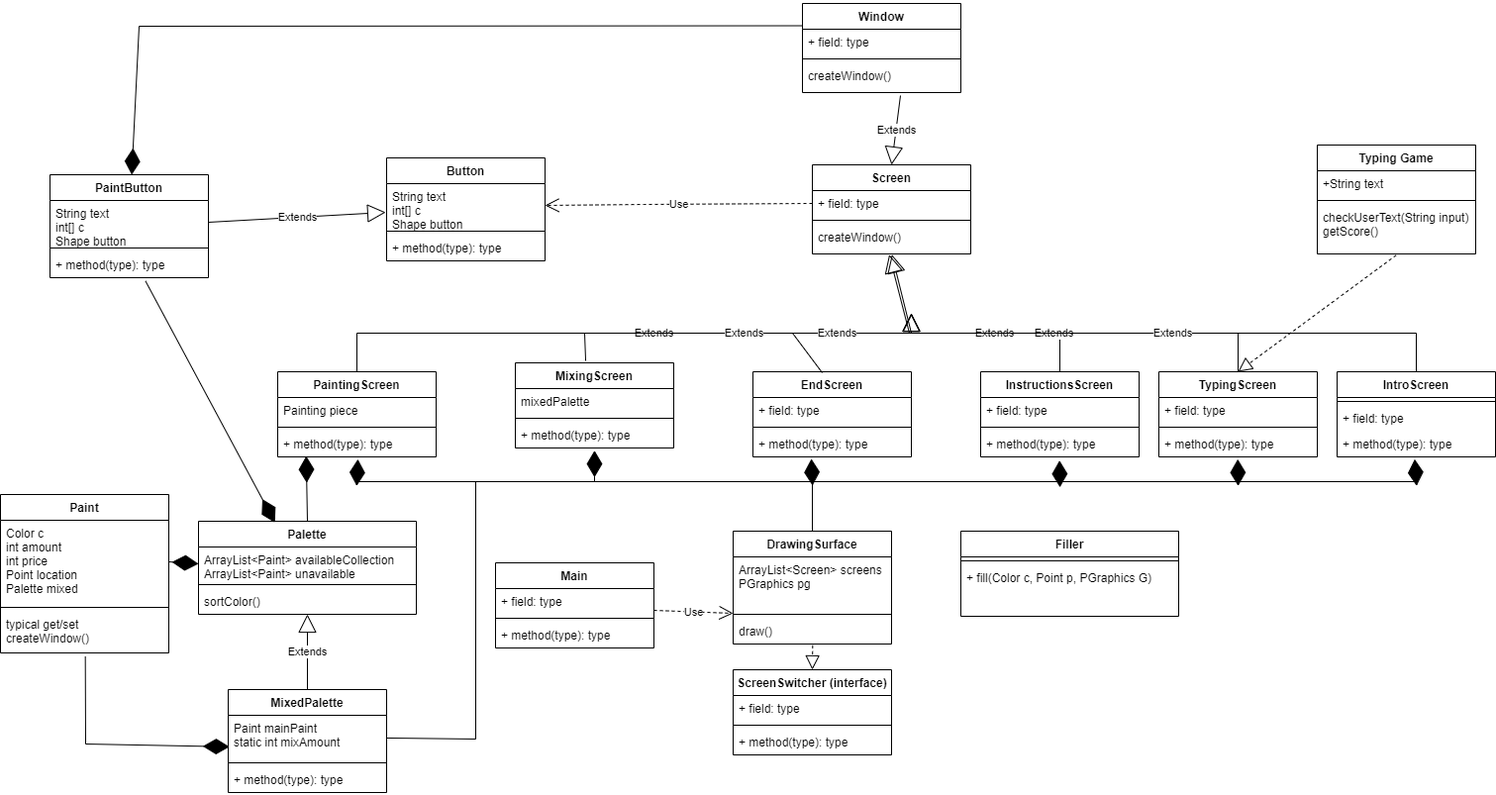
Earlier version of the draw.io export CapstoneProject/doc/TeamUML.drawio.png (HHSAPCompSci2021/capstoneproject-capstone-julia-mira-alex-roadsafety). Source tidied: cells renumbered, new cells last; positions are measured from the earlier drawing's top-left corner, leaving out a move shared by most shapes.
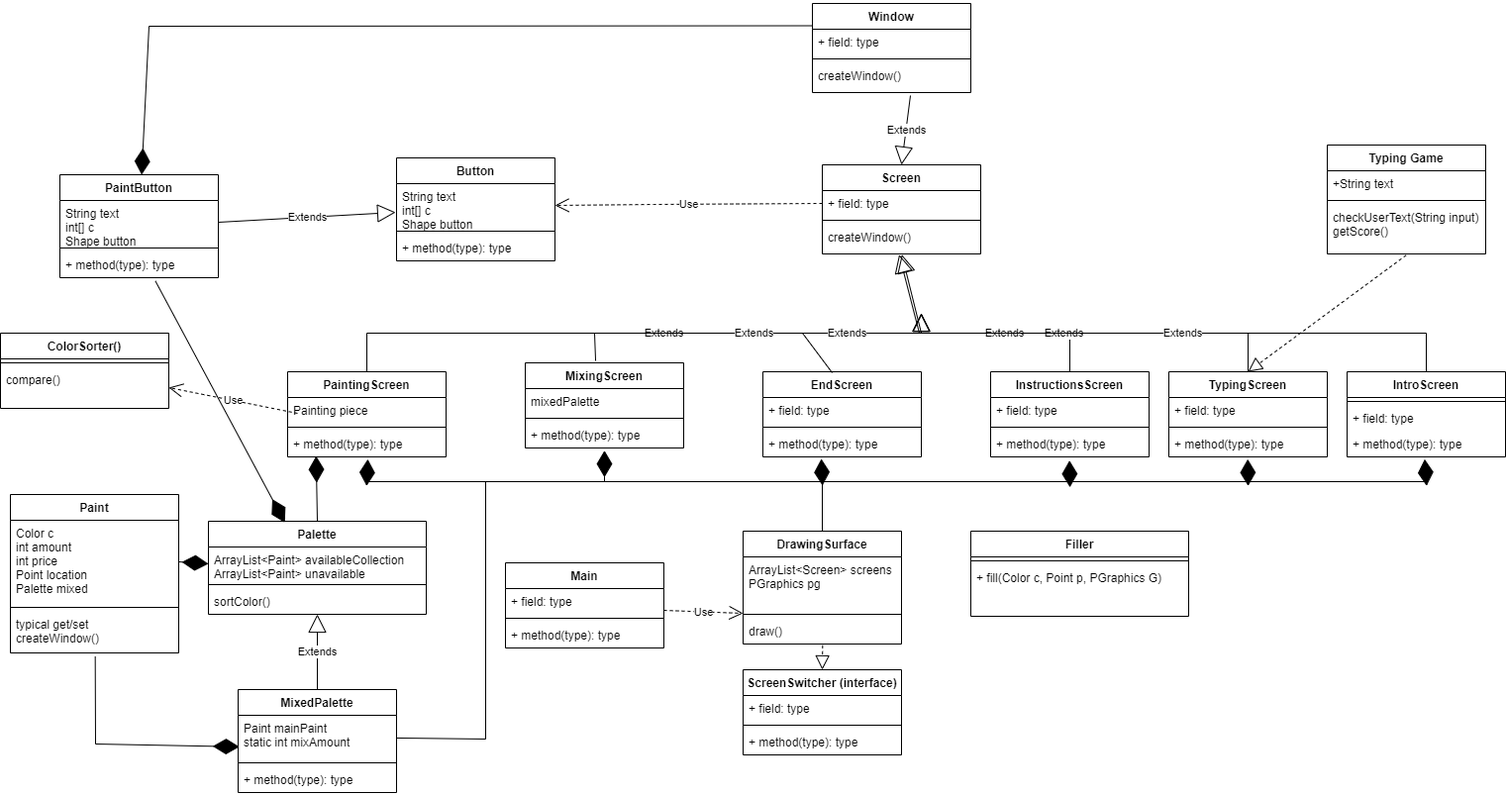
After the change.

Change to the diagram source:
```diff
@@ -373,5 +373,19 @@
         </Array>
       </mxGeometry>
     </mxCell>
+    <mxCell id="97" value="ColorSorter()" style="swimlane;fontStyle=1;align=center;verticalAlign=top;horizontal=1;startSize=26;" parent="1" vertex="1">
+      <mxGeometry x="-10" y="333" width="170" height="76" as="geometry" />
+    </mxCell>
+    <mxCell id="98" style="line;strokeWidth=1;fillColor=none;align=left;verticalAlign=middle;spacingTop=-1;spacingLeft=3;spacingRight=3;labelPosition=right;" parent="97" vertex="1">
+      <mxGeometry y="26" width="170" height="8" as="geometry" />
+    </mxCell>
+    <mxCell id="99" value="compare()" style="text;strokeColor=none;fillColor=none;align=left;verticalAlign=top;spacingLeft=4;spacingRight=4;overflow=hidden;points=[[0,0.5],[1,0.5]];portConstraint=eastwest;" parent="97" vertex="1">
+      <mxGeometry y="34" width="170" height="42" as="geometry" />
+    </mxCell>
+    <mxCell id="100" value="Use" style="endArrow=open;endSize=12;dashed=1;html=1;rounded=0;exitX=0;exitY=0.5;exitDx=0;exitDy=0;entryX=1;entryY=0.5;entryDx=0;entryDy=0;" parent="1" edge="1" target="99">
+      <mxGeometry relative="1" as="geometry">
+        <mxPoint x="290" y="414" as="sourcePoint" />
+      </mxGeometry>
+    </mxCell>
   </root>
 </mxGraphModel>
```
